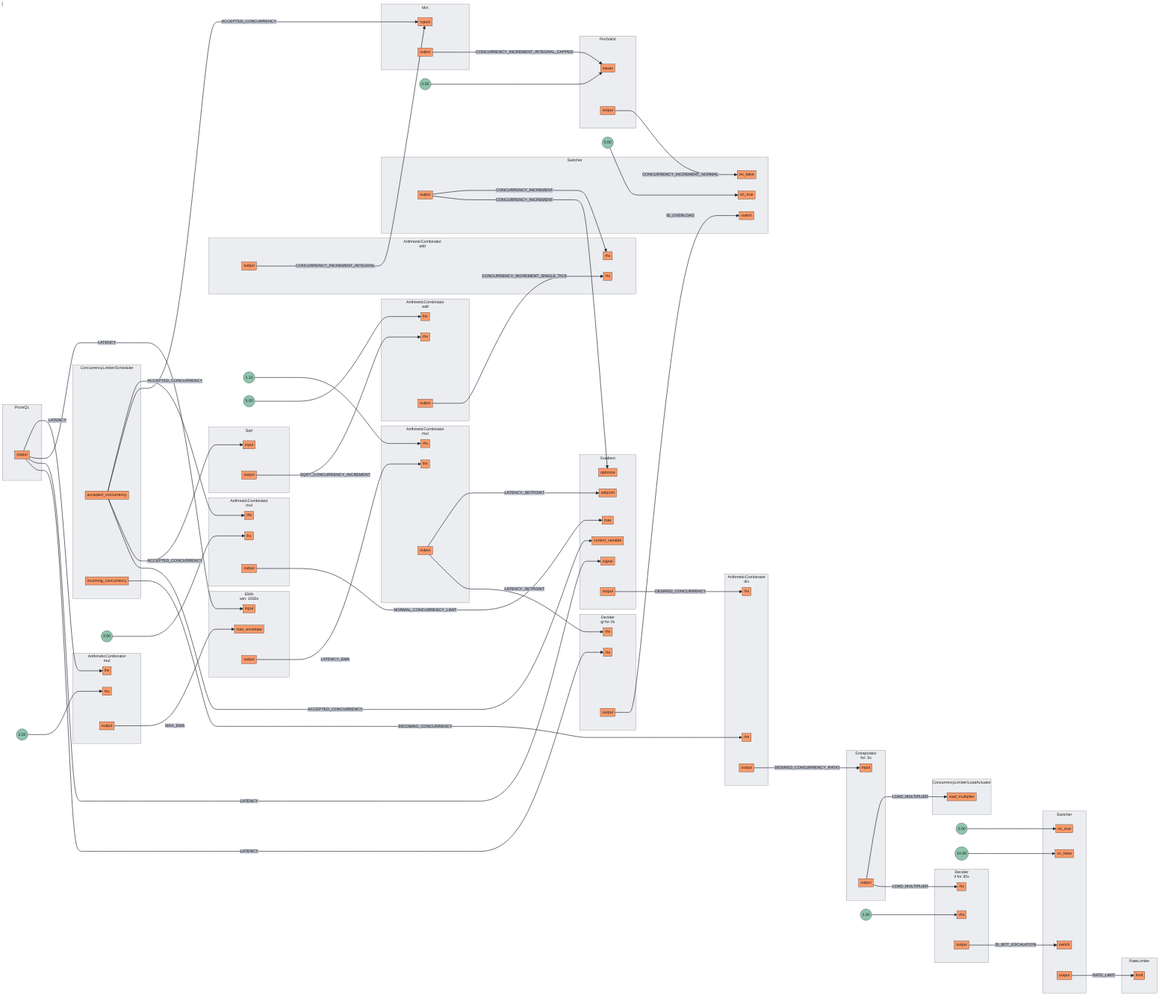
This is docs/content/tutorials/flow-control/assets/dynamic-rate-limiting/dynamic-rate-limiting.mmd.png from dataongunlaws/aperture, a Mermaid export, as it was before one commit. Its source is kept beside it as docs/content/tutorials/flow-control/assets/dynamic-rate-limiting/dynamic-rate-limiting.mmd.
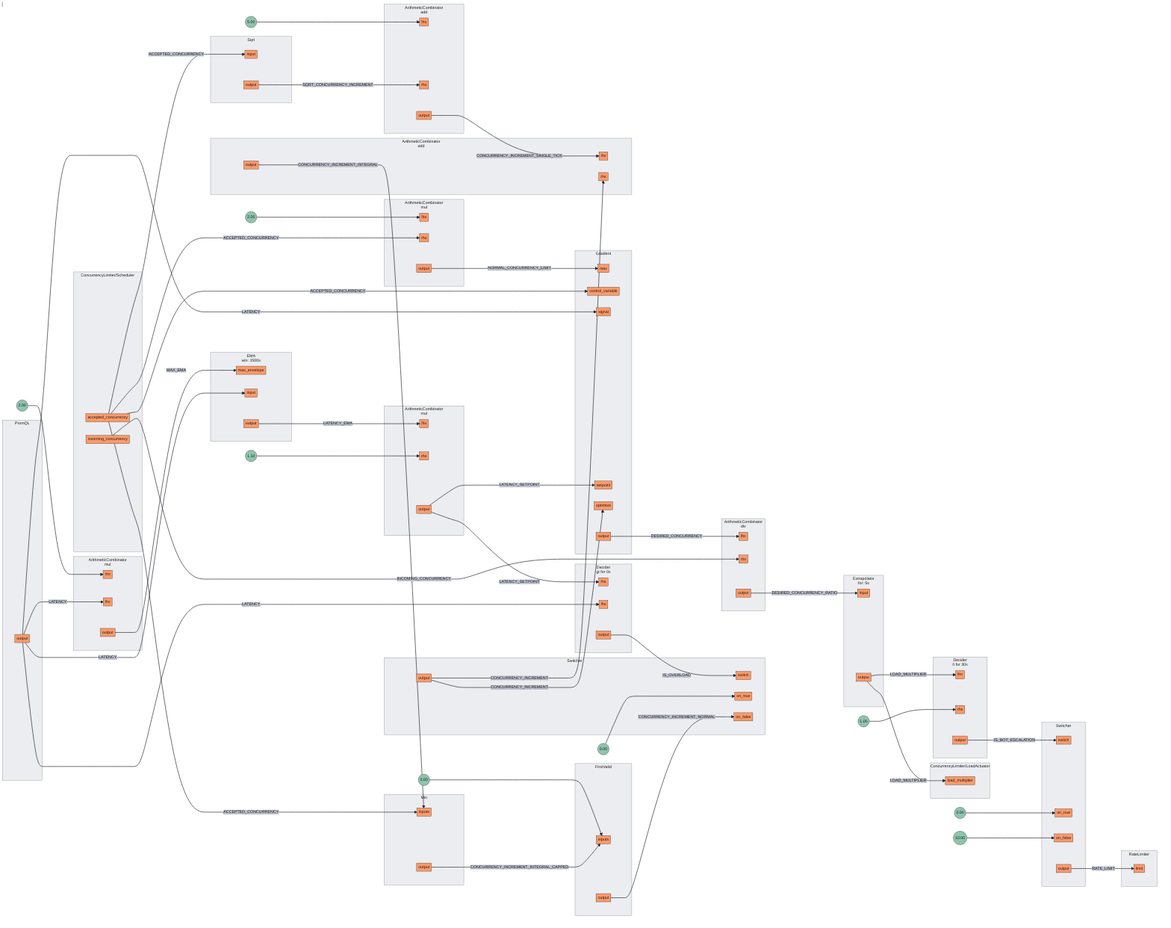
Later version of the same file.

Diff of the diagram source:
```diff
@@ -2,8 +2,8 @@
 subgraph 0[<center>ArithmeticCombinator<br/>mul</center>]
 subgraph 0_inports[ ]
 style 0_inports fill:none,stroke:none
+0rhs[rhs]
 0lhs[lhs]
-0rhs[rhs]
 end
 subgraph 0_outports[ ]
 style 0_outports fill:none,stroke:none
@@ -39,8 +39,8 @@
 subgraph 3[<center>ArithmeticCombinator<br/>mul</center>]
 subgraph 3_inports[ ]
 style 3_inports fill:none,stroke:none
+3lhs[lhs]
 3rhs[rhs]
-3lhs[lhs]
 end
 subgraph 3_outports[ ]
 style 3_outports fill:none,stroke:none
@@ -52,8 +52,8 @@
 subgraph 4[<center>ArithmeticCombinator<br/>add</center>]
 subgraph 4_inports[ ]
 style 4_inports fill:none,stroke:none
+4lhs[lhs]
 4rhs[rhs]
-4lhs[lhs]
 end
 subgraph 4_outports[ ]
 style 4_outports fill:none,stroke:none
@@ -116,8 +116,8 @@
 subgraph 10[<center>EMA<br/>win: 1500s</center>]
 subgraph 10_inports[ ]
 style 10_inports fill:none,stroke:none
+10max_envelope[max_envelope]
 10input[input]
-10max_envelope[max_envelope]
 end
 subgraph 10_outports[ ]
 style 10_outports fill:none,stroke:none
@@ -127,11 +127,11 @@
 subgraph 11[Gradient]
 subgraph 11_inports[ ]
 style 11_inports fill:none,stroke:none
-11optimize[optimize]
 11max[max]
 11control_variable[control_variable]
 11signal[signal]
 11setpoint[setpoint]
+11optimize[optimize]
 end
 subgraph 11_outports[ ]
 style 11_outports fill:none,stroke:none
@@ -170,9 +170,9 @@
 subgraph 17[Switcher]
 subgraph 17_inports[ ]
 style 17_inports fill:none,stroke:none
+17switch[switch]
 17on_true[on_true]
 17on_false[on_false]
-17switch[switch]
 end
 subgraph 17_outports[ ]
 style 17_outports fill:none,stroke:none
@@ -186,8 +186,8 @@
 subgraph 14[<center>Decider<br/>gt for 0s</center>]
 subgraph 14_inports[ ]
 style 14_inports fill:none,stroke:none
+14rhs[rhs]
 14lhs[lhs]
-14rhs[rhs]
 end
 subgraph 14_outports[ ]
 style 14_outports fill:none,stroke:none
@@ -221,31 +221,31 @@
 end
 FakeConstant8((1.00))
 FakeConstant8 --> 16rhs
+2output --> |DESIRED_CONCURRENCY_RATIO| 12input
+4output --> |CONCURRENCY_INCREMENT_SINGLE_TICK| 5lhs
+7output --> |CONCURRENCY_INCREMENT_NORMAL| 15on_false
+11output --> |DESIRED_CONCURRENCY| 2lhs
+15output --> |CONCURRENCY_INCREMENT| 5rhs
+15output --> |CONCURRENCY_INCREMENT| 11optimize
+16output --> |IS_BOT_ESCALATION| 17switch
+1output --> |LATENCY_SETPOINT| 11setpoint
+1output --> |LATENCY_SETPOINT| 14rhs
+5output --> |CONCURRENCY_INCREMENT_INTEGRAL| 6inputs
+6output --> |CONCURRENCY_INCREMENT_INTEGRAL_CAPPED| 7inputs
 9output --> |LATENCY| 0lhs
 9output --> |LATENCY| 10input
 9output --> |LATENCY| 11signal
 9output --> |LATENCY| 14lhs
-10output --> |LATENCY_EMA| 1lhs
-11output --> |DESIRED_CONCURRENCY| 2lhs
 12output --> |LOAD_MULTIPLIER| 13.LoadActuatorload_multiplier
 12output --> |LOAD_MULTIPLIER| 16lhs
-15output --> |CONCURRENCY_INCREMENT| 5rhs
-15output --> |CONCURRENCY_INCREMENT| 11optimize
-17output --> |RATE_LIMIT| 18limit
-5output --> |CONCURRENCY_INCREMENT_INTEGRAL| 6inputs
-1output --> |LATENCY_SETPOINT| 11setpoint
-1output --> |LATENCY_SETPOINT| 14rhs
-7output --> |CONCURRENCY_INCREMENT_NORMAL| 15on_false
-13.Schedulerincoming_concurrency --> |INCOMING_CONCURRENCY| 2rhs
-0output --> |MAX_EMA| 10max_envelope
-3output --> |NORMAL_CONCURRENCY_LIMIT| 11max
-6output --> |CONCURRENCY_INCREMENT_INTEGRAL_CAPPED| 7inputs
-8output --> |SQRT_CONCURRENCY_INCREMENT| 4rhs
 13.Scheduleraccepted_concurrency --> |ACCEPTED_CONCURRENCY| 3rhs
 13.Scheduleraccepted_concurrency --> |ACCEPTED_CONCURRENCY| 6inputs
 13.Scheduleraccepted_concurrency --> |ACCEPTED_CONCURRENCY| 8input
 13.Scheduleraccepted_concurrency --> |ACCEPTED_CONCURRENCY| 11control_variable
+0output --> |MAX_EMA| 10max_envelope
+8output --> |SQRT_CONCURRENCY_INCREMENT| 4rhs
+3output --> |NORMAL_CONCURRENCY_LIMIT| 11max
+13.Schedulerincoming_concurrency --> |INCOMING_CONCURRENCY| 2rhs
 14output --> |IS_OVERLOAD| 15switch
-2output --> |DESIRED_CONCURRENCY_RATIO| 12input
-16output --> |IS_BOT_ESCALATION| 17switch
-4output --> |CONCURRENCY_INCREMENT_SINGLE_TICK| 5lhs
+17output --> |RATE_LIMIT| 18limit
+10output --> |LATENCY_EMA| 1lhs
```
